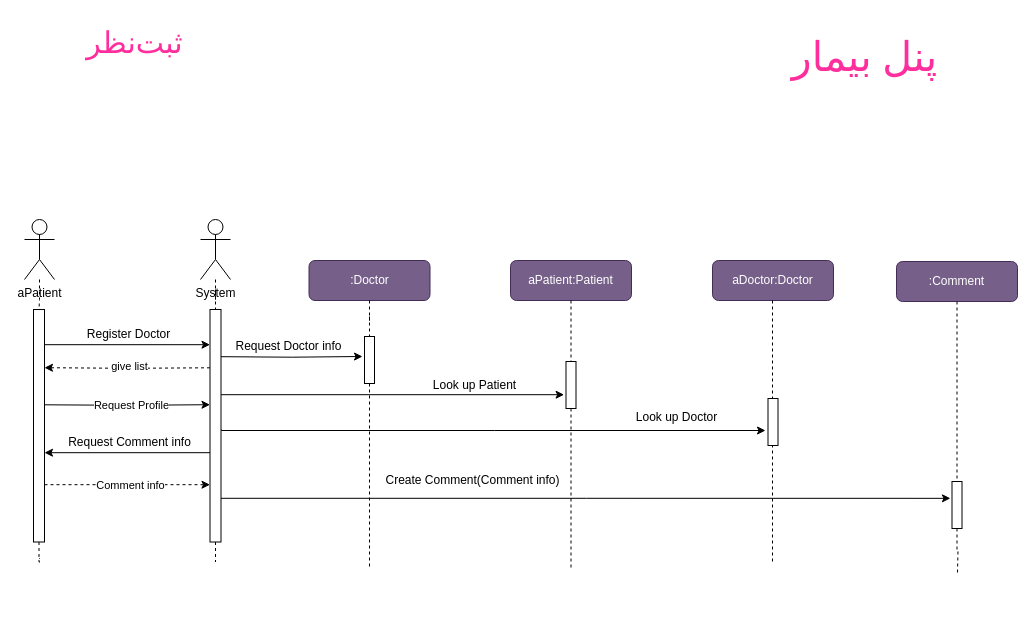
The draw.io diagram page "ثبت‌نظر" (10 of 20) of Sequence Diagram/SequenceDiagram.drawio in Matinrezaei/Software-Lab, before the edit. Source tidied: cells renumbered, new cells numbered last; positions are measured from the earlier drawing's top-left corner, leaving out a move shared by most shapes. Both pictures are drawn from the tidied source at 100%, with x=0, y=0 at pixel (24, 17).
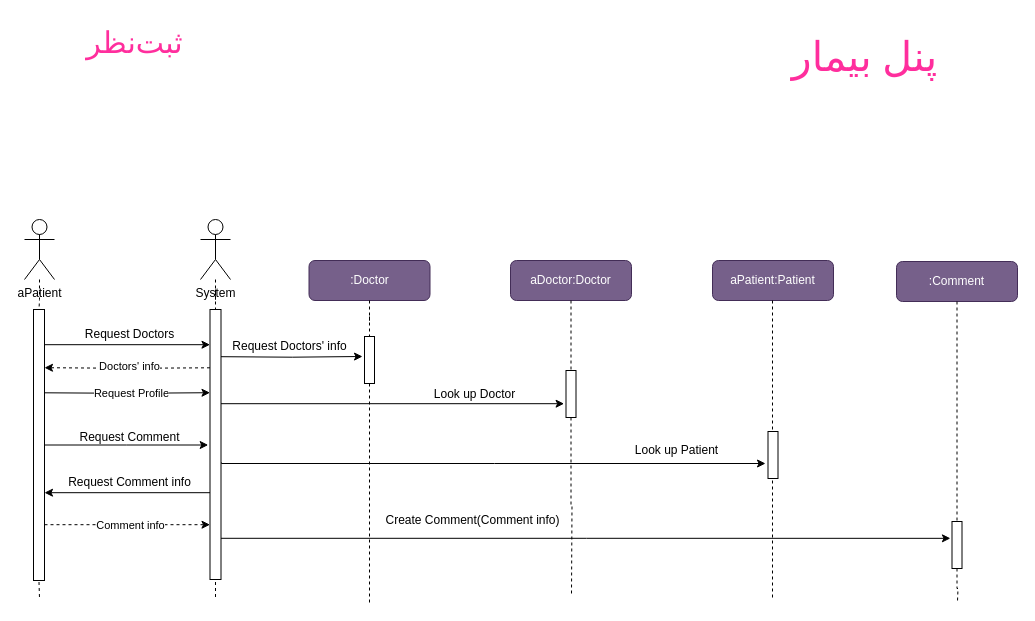
The same page after the edit.

The change refers to these unchanged cells:
```xml
<mxCell id="16" style="edgeStyle=orthogonalEdgeStyle;rounded=0;orthogonalLoop=1;jettySize=auto;html=1;entryX=0.5;entryY=0;entryDx=0;entryDy=0;dashed=1;" parent="1" edge="1">
  <mxGeometry relative="1" as="geometry">
    <mxPoint x="185.5" y="350.3" as="sourcePoint" />
    <mxPoint x="20" y="350.2" as="targetPoint" />
  </mxGeometry>
</mxCell>
<mxCell id="30" style="rounded=0;whiteSpace=wrap;html=1;direction=south;" parent="1" vertex="1">
  <mxGeometry x="340" y="319" width="10" height="47" as="geometry" />
</mxCell>
```

Diff of the diagram source:
```diff
@@
-    <mxCell id="4" style="edgeStyle=orthogonalEdgeStyle;rounded=0;jettySize=auto;html=1;dashed=1;endArrow=none;endFill=0;" parent="1" edge="1" source="14">
+    <mxCell id="4" style="edgeStyle=orthogonalEdgeStyle;rounded=0;orthogonalLoop=1;jettySize=auto;html=1;dashed=1;endArrow=none;endFill=0;" parent="1" edge="1">
       <mxGeometry relative="1" as="geometry">
-        <mxPoint x="15" y="540.8" as="targetPoint" />
+        <mxPoint x="14.5" y="564.5" as="sourcePoint" />
+        <mxPoint x="15" y="580.8" as="targetPoint" />
       </mxGeometry>
     </mxCell>
@@
-    <mxCell id="6" style="edgeStyle=orthogonalEdgeStyle;rounded=0;jettySize=auto;html=1;dashed=1;endArrow=none;endFill=0;" parent="1" edge="1" source="20">
+    <mxCell id="6" style="edgeStyle=orthogonalEdgeStyle;rounded=0;orthogonalLoop=1;jettySize=auto;html=1;dashed=1;endArrow=none;endFill=0;" parent="1" edge="1">
       <mxGeometry relative="1" as="geometry">
-        <mxPoint x="191" y="541.2" as="targetPoint" />
+        <mxPoint x="191" y="564.5" as="sourcePoint" />
+        <mxPoint x="191" y="581.2" as="targetPoint" />
       </mxGeometry>
     </mxCell>
@@
     <mxCell id="10" style="edgeStyle=orthogonalEdgeStyle;rounded=0;orthogonalLoop=1;jettySize=auto;html=1;entryX=0.5;entryY=1;entryDx=0;entryDy=0;dashed=1;" parent="1" edge="1">
       <mxGeometry relative="1" as="geometry">
-        <mxPoint x="20" y="467.2" as="sourcePoint" />
-        <mxPoint x="185.5" y="467.2" as="targetPoint" />
+        <mxPoint x="20" y="507.2" as="sourcePoint" />
+        <mxPoint x="185.5" y="507.2" as="targetPoint" />
       </mxGeometry>
     </mxCell>
@@
     <mxCell id="12" style="edgeStyle=orthogonalEdgeStyle;rounded=0;orthogonalLoop=1;jettySize=auto;html=1;entryX=0.5;entryY=1;entryDx=0;entryDy=0;" parent="1" edge="1">
       <mxGeometry relative="1" as="geometry">
-        <mxPoint x="20" y="387.3" as="sourcePoint" />
-        <mxPoint x="185.5" y="387.2" as="targetPoint" />
+        <mxPoint x="20" y="375.3" as="sourcePoint" />
+        <mxPoint x="185.5" y="375.2" as="targetPoint" />
       </mxGeometry>
     </mxCell>
@@
+    <mxCell id="45" style="edgeStyle=orthogonalEdgeStyle;rounded=0;jettySize=auto;html=1;" parent="1" edge="1" source="14">
+      <mxGeometry relative="1" as="geometry">
+        <mxPoint x="183.7" y="427.5" as="targetPoint" />
+      </mxGeometry>
+    </mxCell>
     <mxCell id="14" style="rounded=0;whiteSpace=wrap;html=1;direction=south;" parent="1" vertex="1">
-      <mxGeometry x="9" y="292" width="11" height="232.5" as="geometry" />
+      <mxGeometry x="9" y="292" width="11" height="271" as="geometry" />
     </mxCell>
@@
-    <mxCell id="17" value="give list" style="edgeLabel;html=1;align=center;verticalAlign=middle;" parent="16" vertex="1">
+    <mxCell id="17" value="Doctors' info" style="edgeLabel;html=1;align=center;verticalAlign=middle;" parent="16" vertex="1">
       <mxGeometry x="-0.02" y="-2" relative="1" as="geometry" />
     </mxCell>
@@
     <mxCell id="19" style="edgeStyle=orthogonalEdgeStyle;rounded=0;orthogonalLoop=1;jettySize=auto;html=1;" parent="1" edge="1">
       <mxGeometry relative="1" as="geometry">
-        <mxPoint x="196.5" y="377.2" as="sourcePoint" />
-        <mxPoint x="539.6" y="377.2" as="targetPoint" />
+        <mxPoint x="196.5" y="386.2" as="sourcePoint" />
+        <mxPoint x="539.6" y="386.2" as="targetPoint" />
       </mxGeometry>
     </mxCell>
     <mxCell id="20" style="rounded=0;whiteSpace=wrap;html=1;direction=south;" parent="1" vertex="1">
-      <mxGeometry x="185.5" y="292" width="11" height="232.5" as="geometry" />
+      <mxGeometry x="185.5" y="292" width="11" height="270" as="geometry" />
     </mxCell>
     <mxCell id="21" style="edgeStyle=orthogonalEdgeStyle;rounded=0;jettySize=auto;html=1;endArrow=none;endFill=0;dashed=1;" parent="1" edge="1" source="33">
       <mxGeometry relative="1" as="geometry">
-        <mxPoint x="546.5" y="550" as="targetPoint" />
+        <mxPoint x="547" y="578" as="targetPoint" />
       </mxGeometry>
     </mxCell>
-    <mxCell id="22" value="aPatient:Patient" style="rounded=1;whiteSpace=wrap;html=1;fillColor=#76608a;fontColor=#ffffff;strokeColor=#432D57;" parent="1" vertex="1">
+    <mxCell id="22" value="aDoctor:Doctor" style="rounded=1;whiteSpace=wrap;html=1;fillColor=#76608a;fontColor=#ffffff;strokeColor=#432D57;" parent="1" vertex="1">
       <mxGeometry x="486" y="243" width="121" height="40" as="geometry" />
     </mxCell>
     <mxCell id="23" style="edgeStyle=orthogonalEdgeStyle;rounded=0;jettySize=auto;html=1;dashed=1;endArrow=none;endFill=0;" parent="1" edge="1" source="30">
       <mxGeometry relative="1" as="geometry">
-        <mxPoint x="345" y="549" as="targetPoint" />
+        <mxPoint x="345" y="585" as="targetPoint" />
       </mxGeometry>
     </mxCell>
@@
-    <mxCell id="25" value="aDoctor:Doctor" style="rounded=1;whiteSpace=wrap;html=1;fillColor=#76608a;fontColor=#ffffff;strokeColor=#432D57;" parent="1" vertex="1">
+    <mxCell id="25" value="aPatient:Patient" style="rounded=1;whiteSpace=wrap;html=1;fillColor=#76608a;fontColor=#ffffff;strokeColor=#432D57;" parent="1" vertex="1">
       <mxGeometry x="688" y="243" width="121" height="40" as="geometry" />
     </mxCell>
-    <mxCell id="26" value="Register Doctor" style="text;html=1;align=center;verticalAlign=middle;strokeColor=none;fillColor=none;" parent="1" vertex="1">
-      <mxGeometry x="52" y="304" width="104" height="26" as="geometry" />
+    <mxCell id="26" value="Request Doctors" style="text;html=1;align=center;verticalAlign=middle;strokeColor=none;fillColor=none;" parent="1" vertex="1">
+      <mxGeometry x="51" y="304" width="107" height="26" as="geometry" />
     </mxCell>
     <mxCell id="27" style="edgeStyle=orthogonalEdgeStyle;rounded=0;orthogonalLoop=1;jettySize=auto;html=1;entryX=0.5;entryY=0;entryDx=0;entryDy=0;" parent="1" edge="1">
       <mxGeometry relative="1" as="geometry">
-        <mxPoint x="185.5" y="435.2" as="sourcePoint" />
-        <mxPoint x="20" y="435.2" as="targetPoint" />
+        <mxPoint x="185.5" y="475.2" as="sourcePoint" />
+        <mxPoint x="20" y="475.2" as="targetPoint" />
       </mxGeometry>
     </mxCell>
     <mxCell id="28" value="Request Comment info" style="text;html=1;align=center;verticalAlign=middle;strokeColor=none;fillColor=none;" parent="1" vertex="1">
-      <mxGeometry x="32" y="412" width="146" height="26" as="geometry" />
+      <mxGeometry x="32" y="452" width="146" height="26" as="geometry" />
     </mxCell>
@@
-    <mxCell id="31" value="Request Doctor info" style="text;html=1;align=center;verticalAlign=middle;strokeColor=none;fillColor=none;" parent="1" vertex="1">
-      <mxGeometry x="200.5" y="316" width="127" height="26" as="geometry" />
+    <mxCell id="31" value="Request Doctors' info" style="text;html=1;align=center;verticalAlign=middle;strokeColor=none;fillColor=none;" parent="1" vertex="1">
+      <mxGeometry x="198.5" y="316" width="132" height="26" as="geometry" />
     </mxCell>
@@
     <mxCell id="33" style="rounded=0;whiteSpace=wrap;html=1;direction=south;" parent="1" vertex="1">
-      <mxGeometry x="541.5" y="344" width="10" height="47" as="geometry" />
+      <mxGeometry x="541.5" y="353" width="10" height="47" as="geometry" />
     </mxCell>
-    <mxCell id="34" value="Look up Patient" style="text;html=1;align=center;verticalAlign=middle;strokeColor=none;fillColor=none;" parent="1" vertex="1">
-      <mxGeometry x="398.5" y="355" width="103" height="26" as="geometry" />
+    <mxCell id="34" value="Look up Doctor" style="text;html=1;align=center;verticalAlign=middle;strokeColor=none;fillColor=none;" parent="1" vertex="1">
+      <mxGeometry x="400.5" y="364" width="99" height="26" as="geometry" />
     </mxCell>
     <mxCell id="35" style="edgeStyle=orthogonalEdgeStyle;rounded=0;jettySize=auto;html=1;endArrow=none;endFill=0;dashed=1;" parent="1" edge="1" source="25">
       <mxGeometry relative="1" as="geometry">
-        <mxPoint x="748" y="545" as="targetPoint" />
+        <mxPoint x="748" y="582" as="targetPoint" />
       </mxGeometry>
     </mxCell>
-    <mxCell id="36" style="edgeStyle=orthogonalEdgeStyle;rounded=0;jettySize=auto;html=1;entryX=0.358;entryY=1.158;entryDx=0;entryDy=0;entryPerimeter=0;" parent="1" edge="1" source="20" target="44">
+    <mxCell id="36" style="edgeStyle=orthogonalEdgeStyle;rounded=0;jettySize=auto;html=1;entryX=0.358;entryY=1.158;entryDx=0;entryDy=0;entryPerimeter=0;" parent="1" edge="1" target="44">
       <mxGeometry relative="1" as="geometry">
+        <mxPoint x="196.5" y="520.8" as="sourcePoint" />
         <Array as="points">
-          <mxPoint x="562" y="480" />
+          <mxPoint x="562" y="520" />
         </Array>
       </mxGeometry>
     </mxCell>
     <mxCell id="37" value="&lt;font style=&quot;font-size: 12px;&quot;&gt;Create Comment(Comment info)&lt;/font&gt;" style="text;html=1;align=center;verticalAlign=middle;strokeColor=none;fillColor=none;" parent="1" vertex="1">
-      <mxGeometry x="348.5" y="450" width="199" height="26" as="geometry" />
+      <mxGeometry x="348.5" y="490" width="199" height="26" as="geometry" />
     </mxCell>
     <mxCell id="38" style="edgeStyle=orthogonalEdgeStyle;rounded=0;orthogonalLoop=1;jettySize=auto;html=1;" parent="1" edge="1">
       <mxGeometry relative="1" as="geometry">
-        <mxPoint x="197" y="412" as="sourcePoint" />
-        <mxPoint x="741" y="413" as="targetPoint" />
+        <mxPoint x="197" y="445" as="sourcePoint" />
+        <mxPoint x="741" y="446" as="targetPoint" />
         <Array as="points">
-          <mxPoint x="470" y="413" />
-          <mxPoint x="742" y="413" />
+          <mxPoint x="470" y="446" />
+          <mxPoint x="742" y="446" />
         </Array>
       </mxGeometry>
     </mxCell>
     <mxCell id="39" style="rounded=0;whiteSpace=wrap;html=1;direction=south;" parent="1" vertex="1">
-      <mxGeometry x="743.5" y="381" width="10" height="47" as="geometry" />
+      <mxGeometry x="743.5" y="414" width="10" height="47" as="geometry" />
     </mxCell>
-    <mxCell id="40" value="Look up Doctor" style="text;html=1;align=center;verticalAlign=middle;strokeColor=none;fillColor=none;" parent="1" vertex="1">
-      <mxGeometry x="601.5" y="387" width="101" height="26" as="geometry" />
+    <mxCell id="40" value="Look up Patient" style="text;html=1;align=center;verticalAlign=middle;strokeColor=none;fillColor=none;" parent="1" vertex="1">
+      <mxGeometry x="601.5" y="420" width="101" height="26" as="geometry" />
     </mxCell>
@@
     <mxCell id="42" style="edgeStyle=orthogonalEdgeStyle;rounded=0;jettySize=auto;html=1;endArrow=none;endFill=0;dashed=1;" parent="1" edge="1" source="44">
       <mxGeometry relative="1" as="geometry">
-        <mxPoint x="933" y="555" as="targetPoint" />
+        <mxPoint x="933" y="584" as="targetPoint" />
       </mxGeometry>
     </mxCell>
@@
     <mxCell id="44" style="rounded=0;whiteSpace=wrap;html=1;direction=south;" parent="1" vertex="1">
-      <mxGeometry x="927.5" y="464" width="10" height="47" as="geometry" />
+      <mxGeometry x="927.5" y="504" width="10" height="47" as="geometry" />
     </mxCell>
+    <mxCell id="46" value="Request Comment" style="text;html=1;align=center;verticalAlign=middle;strokeColor=none;fillColor=none;" parent="1" vertex="1">
+      <mxGeometry x="46" y="407" width="118" height="26" as="geometry" />
+    </mxCell>
```
